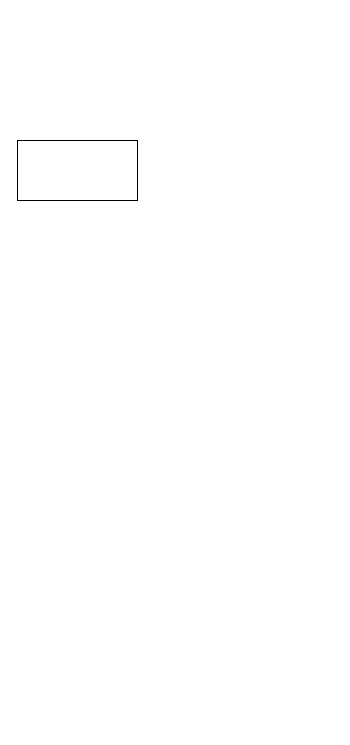
ixsanti/DrawIO_Schemas keeps this draw.io diagram as Procesos/Untitled Diagram.drawio. Above is the earlier version. Source tidied: cells renumbered, new cells numbered last; positions are measured from the earlier drawing's top-left corner, leaving out a move shared by most shapes. Both pictures are drawn from the tidied source at 100%, with x=0, y=0 at pixel (17, 140).
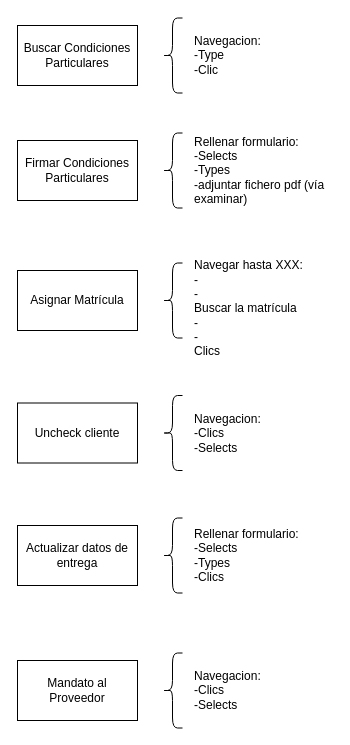
Above is the later version.

Change to the diagram source:
```diff
@@
 <mxGraphModel>
   <root>
     <mxCell id="0" />
     <mxCell id="1" parent="0" />
-    <mxCell id="2" style="rounded=0;whiteSpace=wrap;html=1;" parent="1" vertex="1">
+    <mxCell id="2" value="Firmar Condiciones Particulares" style="rounded=0;whiteSpace=wrap;html=1;" parent="1" vertex="1">
       <mxGeometry width="120" height="60" as="geometry" />
     </mxCell>
+    <mxCell id="3" value="Rellenar formulario:&lt;br style=&quot;font-size: 12px;&quot;&gt;-Selects&lt;br style=&quot;font-size: 12px;&quot;&gt;-Types&lt;br style=&quot;font-size: 12px;&quot;&gt;-adjuntar fichero pdf (vía examinar)" style="text;html=1;strokeColor=none;fillColor=none;align=left;verticalAlign=middle;whiteSpace=wrap;rounded=0;fontSize=12;" parent="1" vertex="1">
+      <mxGeometry x="175" y="-7.5" width="140" height="75" as="geometry" />
+    </mxCell>
+    <mxCell id="4" value="Asignar Matrícula" style="rounded=0;whiteSpace=wrap;html=1;" parent="1" vertex="1">
+      <mxGeometry y="130" width="120" height="60" as="geometry" />
+    </mxCell>
+    <mxCell id="5" value="Navegar hasta XXX:&lt;br&gt;-&lt;br&gt;-&lt;br&gt;Buscar la matrícula&lt;br&gt;-&lt;br&gt;-&lt;br&gt;Clics" style="text;html=1;strokeColor=none;fillColor=none;align=left;verticalAlign=middle;whiteSpace=wrap;rounded=0;" parent="1" vertex="1">
+      <mxGeometry x="175" y="122.5" width="130" height="90" as="geometry" />
+    </mxCell>
+    <mxCell id="6" value="Uncheck cliente" style="rounded=0;whiteSpace=wrap;html=1;" parent="1" vertex="1">
+      <mxGeometry y="262.5" width="120" height="60" as="geometry" />
+    </mxCell>
+    <mxCell id="7" value="Actualizar datos de entrega" style="rounded=0;whiteSpace=wrap;html=1;" parent="1" vertex="1">
+      <mxGeometry y="385" width="120" height="60" as="geometry" />
+    </mxCell>
+    <mxCell id="8" value="Navegacion:&lt;br&gt;-Clics&lt;br&gt;-Selects" style="text;html=1;strokeColor=none;fillColor=none;align=left;verticalAlign=middle;whiteSpace=wrap;rounded=0;" parent="1" vertex="1">
+      <mxGeometry x="175" y="260" width="80" height="65" as="geometry" />
+    </mxCell>
+    <mxCell id="9" value="Rellenar formulario:&lt;br&gt;-Selects&lt;br&gt;-Types&lt;br&gt;-Clics" style="text;html=1;strokeColor=none;fillColor=none;align=left;verticalAlign=middle;whiteSpace=wrap;rounded=0;" parent="1" vertex="1">
+      <mxGeometry x="175" y="378.8" width="120" height="72.5" as="geometry" />
+    </mxCell>
+    <mxCell id="10" value="Mandato al Proveedor" style="rounded=0;whiteSpace=wrap;html=1;" parent="1" vertex="1">
+      <mxGeometry y="520" width="120" height="60" as="geometry" />
+    </mxCell>
+    <mxCell id="11" value="Navegacion:&lt;br&gt;-Clics&lt;br&gt;-Selects" style="text;html=1;strokeColor=none;fillColor=none;align=left;verticalAlign=middle;whiteSpace=wrap;rounded=0;" parent="1" vertex="1">
+      <mxGeometry x="175" y="520" width="90" height="60" as="geometry" />
+    </mxCell>
+    <mxCell id="12" style="shape=curlyBracket;whiteSpace=wrap;html=1;rounded=1;fontSize=12;size=0.5;" parent="1" vertex="1">
+      <mxGeometry x="145" y="-7.5" width="20" height="75" as="geometry" />
+    </mxCell>
+    <mxCell id="13" style="shape=curlyBracket;whiteSpace=wrap;html=1;rounded=1;fontSize=12;size=0.5;" parent="1" vertex="1">
+      <mxGeometry x="145" y="122.5" width="20" height="75" as="geometry" />
+    </mxCell>
+    <mxCell id="14" style="shape=curlyBracket;whiteSpace=wrap;html=1;rounded=1;fontSize=12;size=0.5;" parent="1" vertex="1">
+      <mxGeometry x="145" y="255" width="20" height="75" as="geometry" />
+    </mxCell>
+    <mxCell id="15" style="shape=curlyBracket;whiteSpace=wrap;html=1;rounded=1;fontSize=12;size=0.5;" parent="1" vertex="1">
+      <mxGeometry x="145" y="377.5" width="20" height="75" as="geometry" />
+    </mxCell>
+    <mxCell id="16" style="shape=curlyBracket;whiteSpace=wrap;html=1;rounded=1;fontSize=12;size=0.5;" parent="1" vertex="1">
+      <mxGeometry x="145" y="512.5" width="20" height="75" as="geometry" />
+    </mxCell>
+    <mxCell id="17" value="Buscar Condiciones Particulares" style="rounded=0;whiteSpace=wrap;html=1;" parent="1" vertex="1">
+      <mxGeometry y="-115" width="120" height="60" as="geometry" />
+    </mxCell>
+    <mxCell id="18" value="Navegacion:&lt;br&gt;-Type&lt;br&gt;-Clic" style="text;html=1;strokeColor=none;fillColor=none;align=left;verticalAlign=middle;whiteSpace=wrap;rounded=0;" parent="1" vertex="1">
+      <mxGeometry x="175" y="-117.5" width="80" height="65" as="geometry" />
+    </mxCell>
+    <mxCell id="19" style="shape=curlyBracket;whiteSpace=wrap;html=1;rounded=1;fontSize=12;size=0.5;" parent="1" vertex="1">
+      <mxGeometry x="145" y="-122.5" width="20" height="75" as="geometry" />
+    </mxCell>
   </root>
 </mxGraphModel>
```
